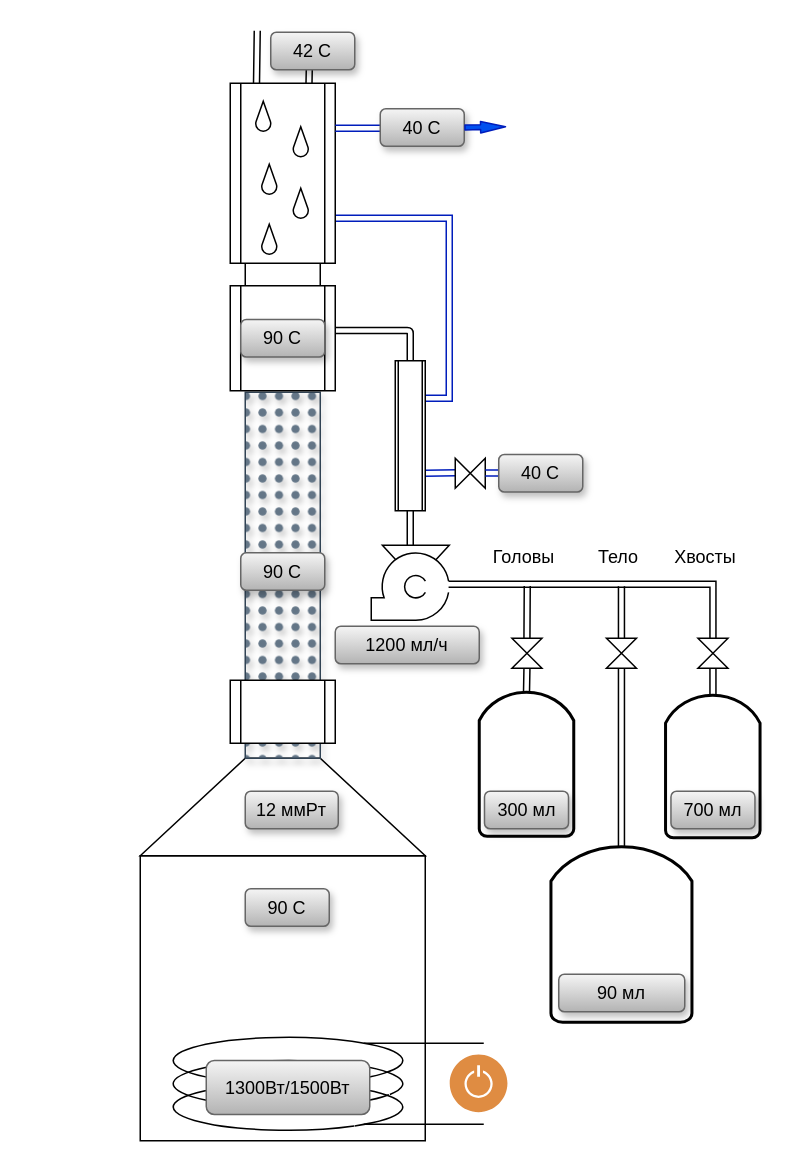
grifmax/Smart-Column-S3 keeps this draw.io diagram as data/schemes/Диаграмма без названия.drawio. Above is the earlier version. Source tidied: cells renumbered, new cells numbered last; positions are measured from the earlier drawing's top-left corner, leaving out a move shared by most shapes. Both pictures are drawn from the tidied source at 150%, with x=0, y=0 at pixel (140, 30).
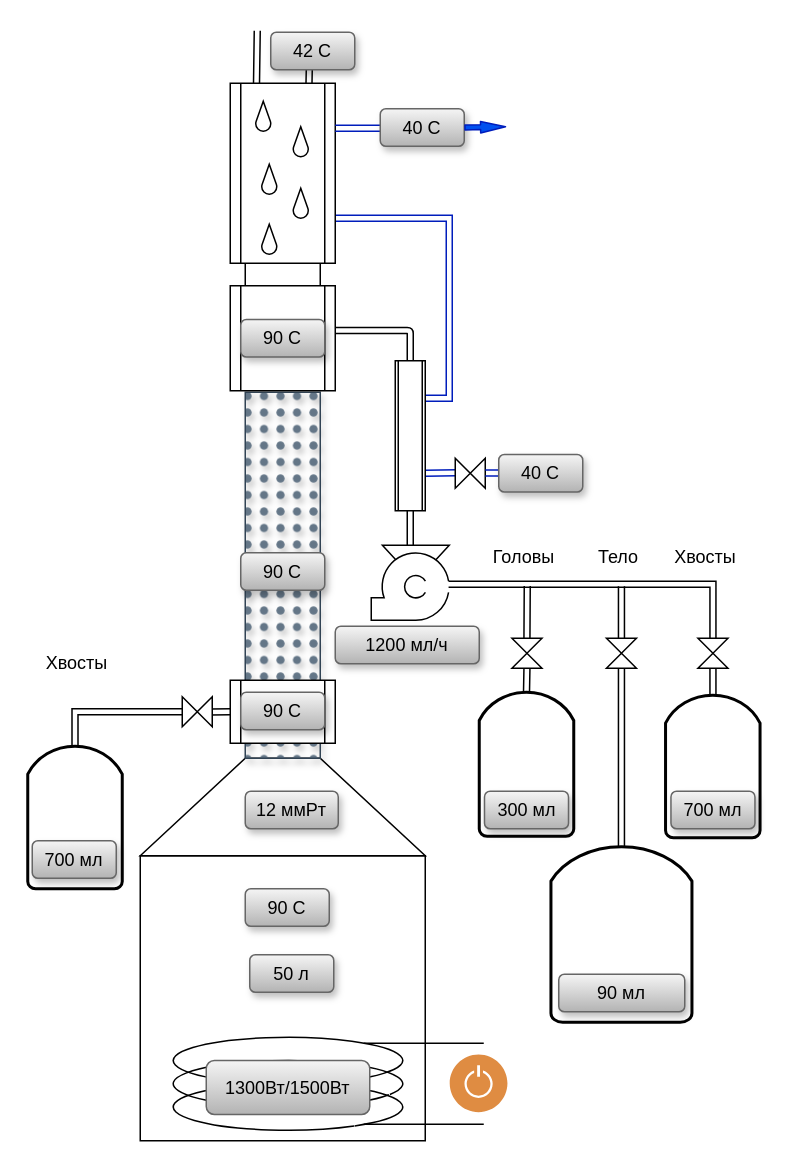
The same diagram, later.

Unchanged cells that the change refers to:
```xml
<mxCell id="59" style="shape=process;whiteSpace=wrap;html=1;backgroundOutline=1;" parent="1" vertex="1">
  <mxGeometry x="60" y="433" width="70" height="42" as="geometry" />
</mxCell>
```

Change to the diagram source:
```diff
@@
+    <mxCell id="60" style="edgeStyle=none;shape=link;rounded=0;jettySize=auto;html=1;exitX=0;exitY=0.5;exitDx=0;exitDy=0;entryX=0.51;entryY=0.063;entryDx=0;entryDy=0;entryPerimeter=0;" parent="1" edge="1" source="59" target="62">
+      <mxGeometry relative="1" as="geometry" />
+    </mxCell>
@@
+    <mxCell id="61" value="90 C" style="rounded=1;whiteSpace=wrap;html=1;fillColor=#f5f5f5;strokeColor=#666666;shadow=1;gradientColor=#b3b3b3;" parent="1" vertex="1">
+      <mxGeometry x="67" y="441" width="56" height="25" as="geometry" />
+    </mxCell>
+    <mxCell id="62" style="shape=collate;whiteSpace=wrap;html=1;direction=south;" parent="1" vertex="1">
+      <mxGeometry x="28" y="444" width="20" height="20" as="geometry" />
+    </mxCell>
+    <mxCell id="63" style="strokeWidth=2;html=1;shape=mxgraph.flowchart.delay;whiteSpace=wrap;direction=north;" parent="1" vertex="1">
+      <mxGeometry x="-75" y="477" width="63" height="95" as="geometry" />
+    </mxCell>
+    <mxCell id="64" style="edgeStyle=orthogonalEdgeStyle;shape=link;rounded=0;jettySize=auto;html=1;exitX=0.5;exitY=1;exitDx=0;exitDy=0;entryX=1;entryY=0.5;entryDx=0;entryDy=0;entryPerimeter=0;" parent="1" edge="1" source="62" target="63">
+      <mxGeometry relative="1" as="geometry" />
+    </mxCell>
+    <mxCell id="65" value="Хвосты" style="text;html=1;whiteSpace=wrap;strokeColor=none;fillColor=none;align=center;verticalAlign=middle;rounded=0;" parent="1" vertex="1">
+      <mxGeometry x="-72" y="407" width="60" height="30" as="geometry" />
+    </mxCell>
+    <mxCell id="66" value="700 мл" style="rounded=1;whiteSpace=wrap;html=1;fillColor=#f5f5f5;strokeColor=#666666;shadow=1;gradientColor=#b3b3b3;" parent="1" vertex="1">
+      <mxGeometry x="-72" y="540" width="56" height="25" as="geometry" />
+    </mxCell>
+    <mxCell id="67" value="50 л" style="rounded=1;whiteSpace=wrap;html=1;fillColor=#f5f5f5;strokeColor=#666666;shadow=1;gradientColor=#b3b3b3;" parent="1" vertex="1">
+      <mxGeometry x="73" y="616" width="56" height="25" as="geometry" />
+    </mxCell>
```
